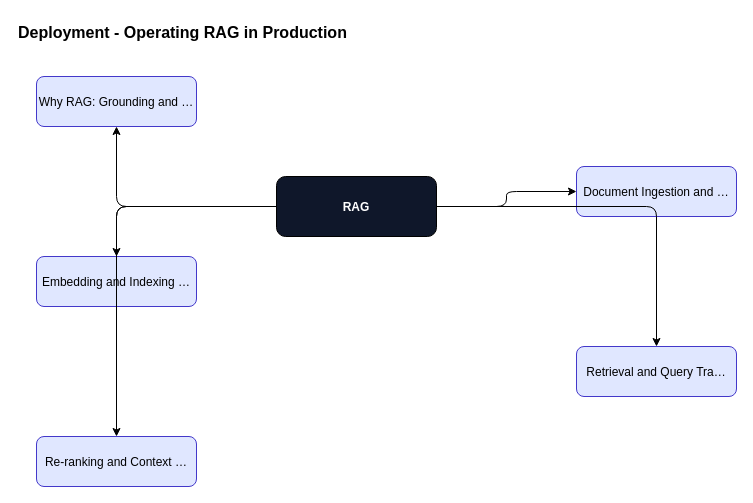
The draw.io diagram content/rag/rag-foundations/diagrams/fig-016-deployment.drawio in ankit05121980/AI-University, before the edit. Source tidied: cells renumbered, new cells numbered last; positions are measured from the earlier drawing's top-left corner, leaving out a move shared by most shapes. Both pictures are drawn from the tidied source at 100%, with x=0, y=0 at pixel (16, 16).
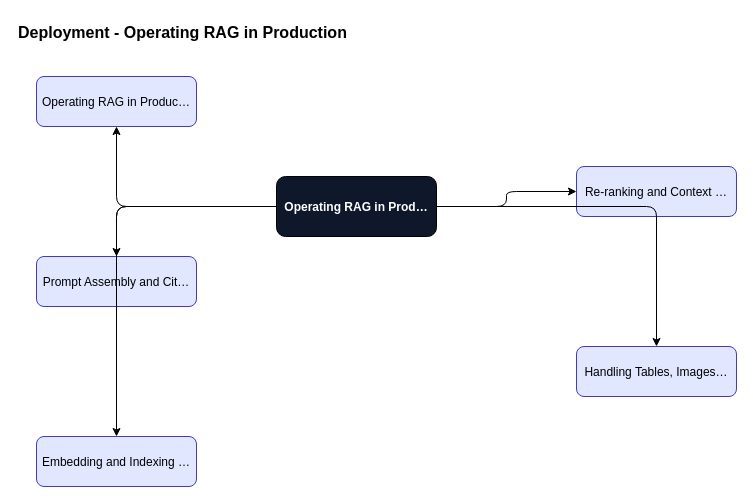
The same diagram, later.

Change to the diagram source:
```diff
@@
 <mxGraphModel>
   <root>
     <mxCell id="0" />
     <mxCell id="1" parent="0" />
     <mxCell id="2" value="Deployment - Operating RAG in Production" style="text;fontSize=16;fontStyle=1;" parent="1" vertex="1">
       <mxGeometry width="600" height="30" as="geometry" />
     </mxCell>
-    <mxCell id="3" value="RAG" style="rounded=1;fillColor=#0f172a;fontColor=#ffffff;fontStyle=1;" parent="1" vertex="1">
+    <mxCell id="3" value="Operating RAG in Prod…" style="rounded=1;fillColor=#0f172a;fontColor=#ffffff;fontStyle=1;" parent="1" vertex="1">
       <mxGeometry x="260" y="160" width="160" height="60" as="geometry" />
     </mxCell>
-    <mxCell id="4" value="Why RAG: Grounding and …" style="rounded=1;fillColor=#e0e7ff;strokeColor=#4338ca;" parent="1" vertex="1">
+    <mxCell id="4" value="Operating RAG in Produc…" style="rounded=1;fillColor=#e0e7ff;strokeColor=#4338ca;" parent="1" vertex="1">
       <mxGeometry x="20" y="60" width="160" height="50" as="geometry" />
     </mxCell>
     <mxCell id="5" style="edgeStyle=orthogonalEdgeStyle;" parent="1" edge="1" source="3" target="4">
       <mxGeometry relative="1" as="geometry" />
     </mxCell>
-    <mxCell id="6" value="Document Ingestion and …" style="rounded=1;fillColor=#e0e7ff;strokeColor=#4338ca;" parent="1" vertex="1">
+    <mxCell id="6" value="Re-ranking and Context …" style="rounded=1;fillColor=#e0e7ff;strokeColor=#4338ca;" parent="1" vertex="1">
       <mxGeometry x="560" y="150" width="160" height="50" as="geometry" />
     </mxCell>
     <mxCell id="7" style="edgeStyle=orthogonalEdgeStyle;" parent="1" edge="1" source="3" target="6">
       <mxGeometry relative="1" as="geometry" />
     </mxCell>
-    <mxCell id="8" value="Embedding and Indexing …" style="rounded=1;fillColor=#e0e7ff;strokeColor=#4338ca;" parent="1" vertex="1">
+    <mxCell id="8" value="Prompt Assembly and Cit…" style="rounded=1;fillColor=#e0e7ff;strokeColor=#4338ca;" parent="1" vertex="1">
       <mxGeometry x="20" y="240" width="160" height="50" as="geometry" />
     </mxCell>
     <mxCell id="9" style="edgeStyle=orthogonalEdgeStyle;" parent="1" edge="1" source="3" target="8">
       <mxGeometry relative="1" as="geometry" />
     </mxCell>
-    <mxCell id="10" value="Retrieval and Query Tra…" style="rounded=1;fillColor=#e0e7ff;strokeColor=#4338ca;" parent="1" vertex="1">
+    <mxCell id="10" value="Handling Tables, Images…" style="rounded=1;fillColor=#e0e7ff;strokeColor=#4338ca;" parent="1" vertex="1">
       <mxGeometry x="560" y="330" width="160" height="50" as="geometry" />
     </mxCell>
     <mxCell id="11" style="edgeStyle=orthogonalEdgeStyle;" parent="1" edge="1" source="3" target="10">
       <mxGeometry relative="1" as="geometry" />
     </mxCell>
-    <mxCell id="12" value="Re-ranking and Context …" style="rounded=1;fillColor=#e0e7ff;strokeColor=#4338ca;" parent="1" vertex="1">
+    <mxCell id="12" value="Embedding and Indexing …" style="rounded=1;fillColor=#e0e7ff;strokeColor=#4338ca;" parent="1" vertex="1">
       <mxGeometry x="20" y="420" width="160" height="50" as="geometry" />
     </mxCell>
     <mxCell id="13" style="edgeStyle=orthogonalEdgeStyle;" parent="1" edge="1" source="3" target="12">
       <mxGeometry relative="1" as="geometry" />
     </mxCell>
   </root>
 </mxGraphModel>
```
